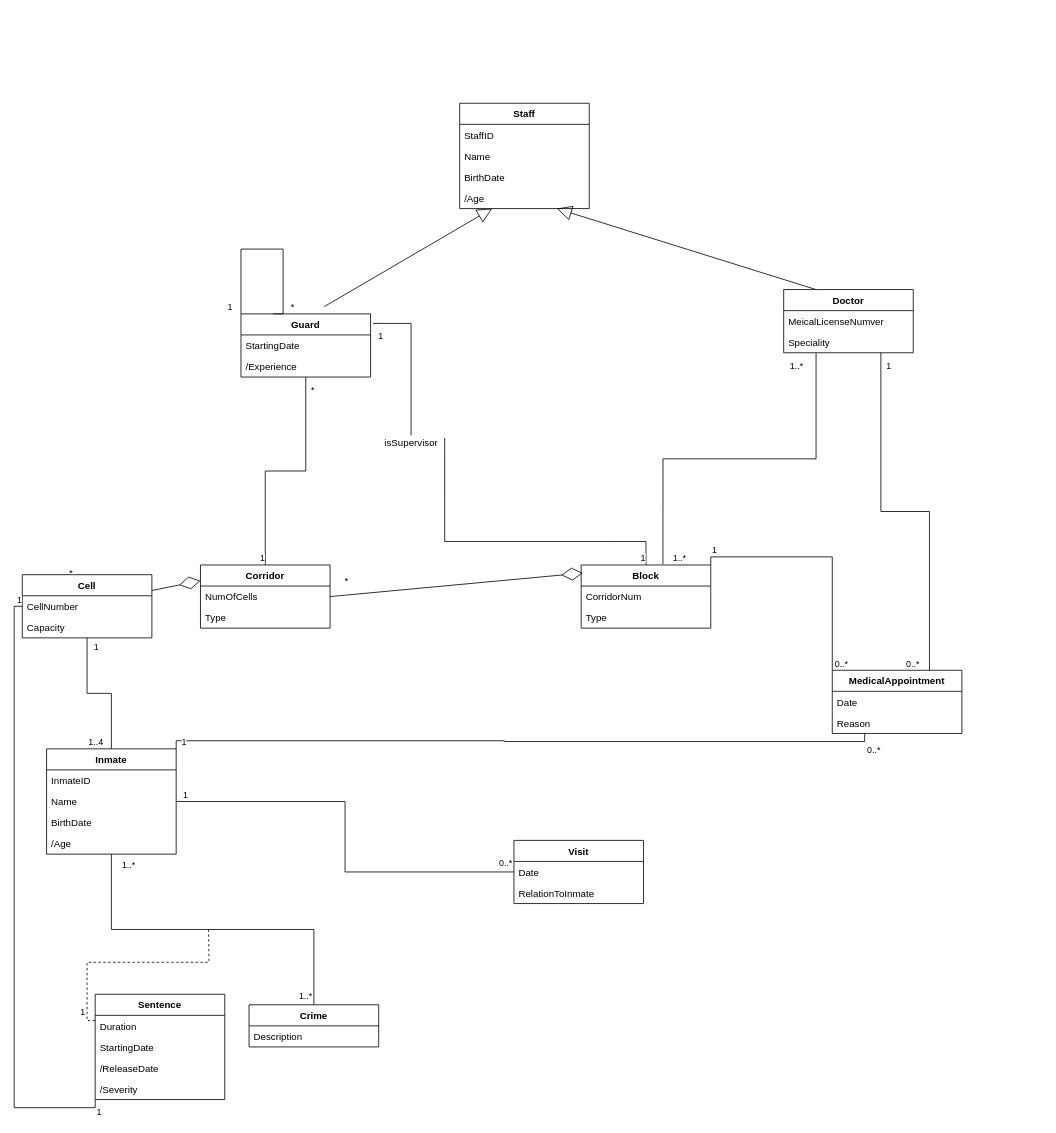
Earlier version of the draw.io diagram Untitled Diagram.drawio (up201706117/BD_PrisonProject). Source tidied: cells renumbered, new cells numbered last; positions are measured from the earlier drawing's top-left corner, leaving out a move shared by most shapes. Both pictures are drawn from the tidied source at 81%, with x=0, y=0 at pixel (22, 103).
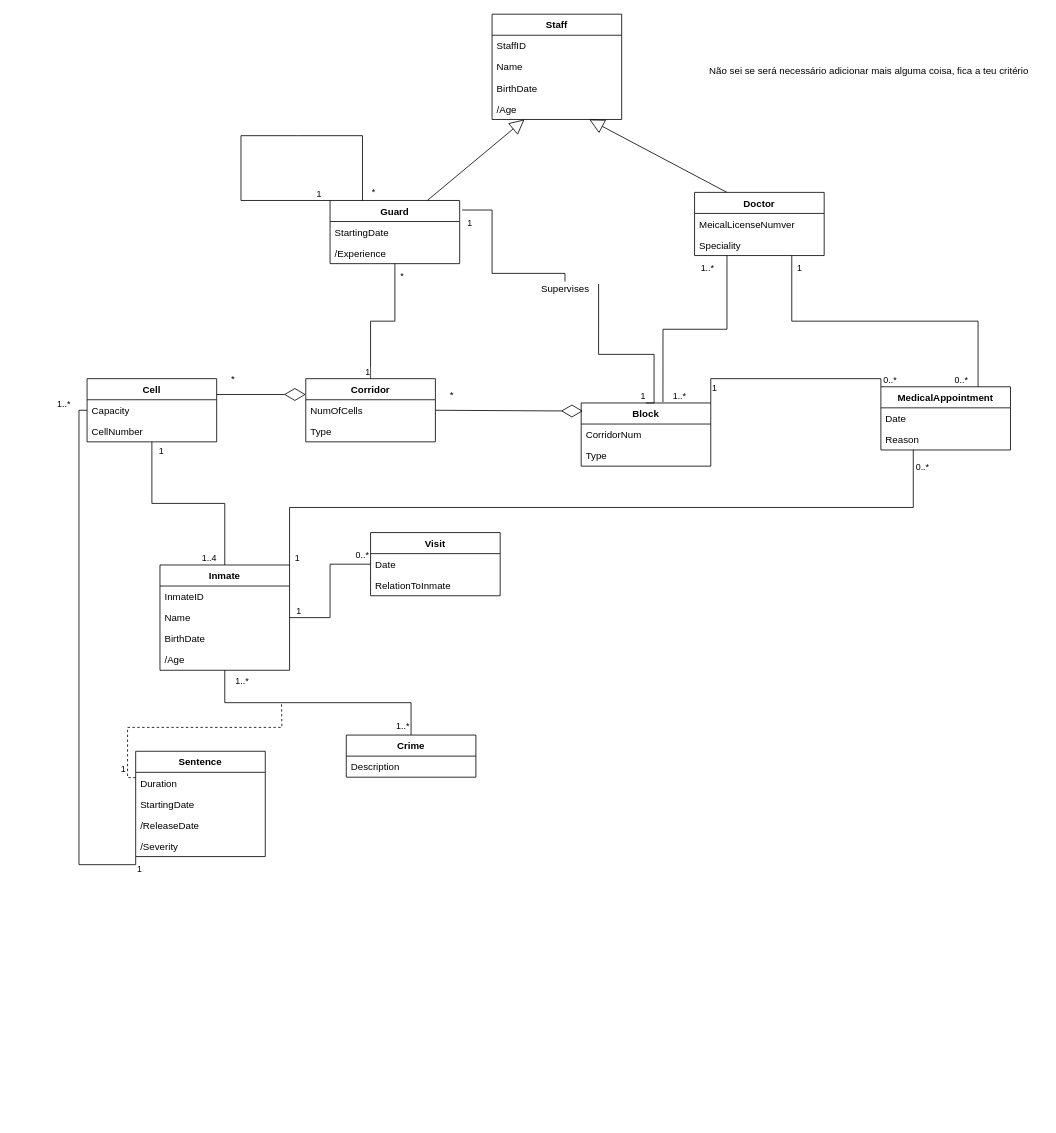
The same diagram, later.

Commit message:
Pus tudo mais arranjadinho

The change refers to these unchanged cells:
```xml
<mxCell id="61" style="endArrow=none;html=1;edgeStyle=orthogonalEdgeStyle;rounded=0;entryX=0;entryY=0.5;entryDx=0;entryDy=0;exitX=0;exitY=1;exitDx=0;exitDy=0;" parent="1" edge="1" source="19" target="26">
  <mxGeometry relative="1" as="geometry" />
</mxCell>
```

What changed in the source:
```diff
@@
     <mxCell id="2" value="Block" style="swimlane;fontStyle=1;align=center;verticalAlign=top;horizontal=1;startSize=26;" parent="1" vertex="1">
-      <mxGeometry x="690" y="570" width="160" height="78" as="geometry" />
+      <mxGeometry x="690" y="370" width="160" height="78" as="geometry" />
     </mxCell>
@@
     <mxCell id="5" value="Corridor" style="swimlane;fontStyle=1;align=center;verticalAlign=top;horizontal=1;startSize=26;" parent="1" vertex="1">
-      <mxGeometry x="220" y="570" width="160" height="78" as="geometry" />
+      <mxGeometry x="350" y="340" width="160" height="78" as="geometry" />
     </mxCell>
@@
     <mxCell id="8" value="Guard" style="swimlane;fontStyle=1;align=center;verticalAlign=top;horizontal=1;startSize=26;" parent="1" vertex="1">
-      <mxGeometry x="270" y="260" width="160" height="78" as="geometry" />
+      <mxGeometry x="380" y="120" width="160" height="78" as="geometry" />
     </mxCell>
@@
     <mxCell id="11" value="Visit&#10;" style="swimlane;fontStyle=1;align=center;verticalAlign=top;horizontal=1;startSize=26;" parent="1" vertex="1">
-      <mxGeometry x="607" y="910" width="160" height="78" as="geometry" />
+      <mxGeometry x="430" y="530" width="160" height="78" as="geometry" />
     </mxCell>
@@
     <mxCell id="14" value="Inmate" style="swimlane;fontStyle=1;align=center;verticalAlign=top;horizontal=1;startSize=26;" parent="1" vertex="1">
-      <mxGeometry x="30" y="797" width="160" height="130" as="geometry" />
+      <mxGeometry x="170" y="570" width="160" height="130" as="geometry" />
     </mxCell>
@@
     <mxCell id="19" value="Sentence" style="swimlane;fontStyle=1;align=center;verticalAlign=top;horizontal=1;startSize=26;" parent="1" vertex="1">
-      <mxGeometry x="90" y="1100" width="160" height="130" as="geometry" />
+      <mxGeometry x="140" y="800" width="160" height="130" as="geometry" />
     </mxCell>
@@
     <mxCell id="24" value="Crime" style="swimlane;fontStyle=1;align=center;verticalAlign=top;horizontal=1;startSize=26;" parent="1" vertex="1">
-      <mxGeometry x="280" y="1113" width="160" height="52" as="geometry" />
+      <mxGeometry x="400" y="780" width="160" height="52" as="geometry" />
     </mxCell>
@@
     <mxCell id="26" value="Cell" style="swimlane;fontStyle=1;align=center;verticalAlign=top;horizontal=1;startSize=26;" parent="1" vertex="1">
-      <mxGeometry y="582" width="160" height="78" as="geometry" />
+      <mxGeometry x="80" y="340" width="160" height="78" as="geometry" />
     </mxCell>
+    <mxCell id="28" value="Capacity" style="text;strokeColor=none;fillColor=none;align=left;verticalAlign=top;spacingLeft=4;spacingRight=4;overflow=hidden;" parent="26" vertex="1">
+      <mxGeometry y="26" width="160" height="26" as="geometry" />
+    </mxCell>
-    <mxCell id="27" value="CellNumber" style="text;strokeColor=none;fillColor=none;align=left;verticalAlign=top;spacingLeft=4;spacingRight=4;overflow=hidden;fontStyle=0;" parent="26" vertex="1">
-      <mxGeometry y="26" width="160" height="26" as="geometry" />
+    <mxCell id="27" value="CellNumber" style="text;strokeColor=none;fillColor=none;align=left;verticalAlign=top;spacingLeft=4;spacingRight=4;overflow=hidden;" parent="26" vertex="1">
+      <mxGeometry y="52" width="160" height="26" as="geometry" />
     </mxCell>
-    <mxCell id="28" value="Capacity" style="text;strokeColor=none;fillColor=none;align=left;verticalAlign=top;spacingLeft=4;spacingRight=4;overflow=hidden;" parent="26" vertex="1">
-      <mxGeometry y="52" width="160" height="26" as="geometry" />
-    </mxCell>
-    <mxCell id="29" style="endArrow=block;endSize=16;endFill=0;html=1;rounded=0;strokeColor=#000000;exitX=0.643;exitY=-0.115;exitDx=0;exitDy=0;exitPerimeter=0;entryX=0.25;entryY=1;entryDx=0;entryDy=0;" parent="1" edge="1" source="8" target="30">
+    <mxCell id="29" style="endArrow=block;endSize=16;endFill=0;html=1;rounded=0;strokeColor=#000000;exitX=0.75;exitY=0;exitDx=0;exitDy=0;entryX=0.25;entryY=1;entryDx=0;entryDy=0;" parent="1" edge="1" source="8" target="30">
       <mxGeometry relative="1" as="geometry" />
     </mxCell>
     <mxCell id="30" value="Staff" style="swimlane;fontStyle=1;align=center;verticalAlign=top;horizontal=1;startSize=26;" parent="1" vertex="1">
-      <mxGeometry x="540" width="160" height="130" as="geometry" />
+      <mxGeometry x="580" y="-110" width="160" height="130" as="geometry" />
     </mxCell>
@@
     <mxCell id="36" style="endArrow=none;html=1;edgeStyle=orthogonalEdgeStyle;rounded=0;strokeColor=#000000;exitX=1.019;exitY=0.151;exitDx=0;exitDy=0;entryX=0.5;entryY=0;entryDx=0;entryDy=0;exitPerimeter=0;startArrow=none;" parent="1" edge="1" source="64" target="2">
       <mxGeometry relative="1" as="geometry">
         <Array as="points">
-          <mxPoint x="732" y="541" />
-          <mxPoint x="687" y="541" />
+          <mxPoint x="712" y="310" />
+          <mxPoint x="780" y="310" />
         </Array>
       </mxGeometry>
     </mxCell>
@@
     <mxCell id="41" value="MedicalAppointment" style="swimlane;fontStyle=1;align=center;verticalAlign=top;horizontal=1;startSize=26;" parent="1" vertex="1">
-      <mxGeometry x="1000" y="700" width="160" height="78" as="geometry" />
+      <mxGeometry x="1060" y="350" width="160" height="78" as="geometry" />
     </mxCell>
@@
     <mxCell id="50" style="endArrow=none;html=1;edgeStyle=orthogonalEdgeStyle;rounded=0;strokeColor=#000000;exitX=0;exitY=0.25;exitDx=0;exitDy=0;dashed=1;" parent="1" edge="1" source="19">
       <mxGeometry relative="1" as="geometry">
-        <mxPoint x="230" y="1020" as="targetPoint" />
+        <mxPoint x="320" y="740" as="targetPoint" />
       </mxGeometry>
     </mxCell>
@@
-    <mxCell id="63" value="1" style="edgeLabel;html=1;align=right;verticalAlign=bottom;" parent="61" vertex="1">
-      <mxGeometry x="1" relative="1" as="geometry" />
+    <mxCell id="63" value="1..*" style="edgeLabel;html=1;align=right;verticalAlign=bottom;" parent="61" vertex="1">
+      <mxGeometry x="1" relative="1" as="geometry">
+        <mxPoint x="-20" as="offset" />
+      </mxGeometry>
     </mxCell>
-    <mxCell id="64" value="isSupervisor" style="text;html=1;align=center;verticalAlign=middle;points=[];strokeColor=none;fillColor=none;" parent="1" vertex="1">
-      <mxGeometry x="440" y="410" width="80" height="20" as="geometry" />
+    <mxCell id="64" value="Supervises" style="text;html=1;align=center;verticalAlign=middle;points=[];strokeColor=none;fillColor=none;" parent="1" vertex="1">
+      <mxGeometry x="630" y="220" width="80" height="20" as="geometry" />
     </mxCell>
     <mxCell id="65" style="endArrow=none;html=1;edgeStyle=orthogonalEdgeStyle;rounded=0;strokeColor=#000000;exitX=1.019;exitY=0.151;exitDx=0;exitDy=0;entryX=0.5;entryY=0;entryDx=0;entryDy=0;exitPerimeter=0;" parent="1" edge="1" source="8" target="64">
-      <mxGeometry relative="1" as="geometry" />
+      <mxGeometry relative="1" as="geometry">
+        <Array as="points">
+          <mxPoint x="580" y="132" />
+          <mxPoint x="580" y="210" />
+          <mxPoint x="670" y="210" />
+        </Array>
+      </mxGeometry>
     </mxCell>
@@
     <mxCell id="73" style="endArrow=none;html=1;edgeStyle=orthogonalEdgeStyle;rounded=0;entryX=0;entryY=0;entryDx=0;entryDy=0;exitX=0.25;exitY=0;exitDx=0;exitDy=0;" parent="1" edge="1" source="8" target="8">
       <mxGeometry relative="1" as="geometry">
         <Array as="points">
-          <mxPoint x="322" y="260" />
-          <mxPoint x="322" y="180" />
-          <mxPoint x="270" y="180" />
+          <mxPoint x="340" y="40" />
+          <mxPoint x="270" y="40" />
+          <mxPoint x="270" y="152" />
         </Array>
       </mxGeometry>
     </mxCell>
     <mxCell id="74" value="*" style="edgeLabel;html=1;align=left;verticalAlign=bottom;" parent="73" vertex="1">
       <mxGeometry x="-1" relative="1" as="geometry">
-        <mxPoint x="20" as="offset" />
+        <mxPoint x="10" y="-2" as="offset" />
       </mxGeometry>
     </mxCell>
@@
     <mxCell id="78" value="*" style="text;html=1;align=center;verticalAlign=middle;strokeColor=none;fillColor=none;" parent="1" vertex="1">
-      <mxGeometry x="390" y="580" width="20" height="20" as="geometry" />
+      <mxGeometry x="520" y="350" width="20" height="20" as="geometry" />
     </mxCell>
     <mxCell id="79" value="*" style="text;html=1;align=center;verticalAlign=middle;strokeColor=none;fillColor=none;" parent="1" vertex="1">
-      <mxGeometry x="50" y="570" width="20" height="20" as="geometry" />
+      <mxGeometry x="250" y="330" width="20" height="20" as="geometry" />
     </mxCell>
     <mxCell id="80" value="Doctor" style="swimlane;fontStyle=1;align=center;verticalAlign=top;horizontal=1;startSize=26;" parent="1" vertex="1">
-      <mxGeometry x="940" y="230" width="160" height="78" as="geometry" />
+      <mxGeometry x="830" y="110" width="160" height="78" as="geometry" />
     </mxCell>
@@
+    <mxCell id="83" value="Não sei se será necessário adicionar mais alguma coisa, fica a teu critério" style="text;html=1;align=center;verticalAlign=middle;strokeColor=none;fillColor=none;" parent="1" vertex="1">
+      <mxGeometry x="830" y="-50" width="430" height="20" as="geometry" />
+    </mxCell>
```
